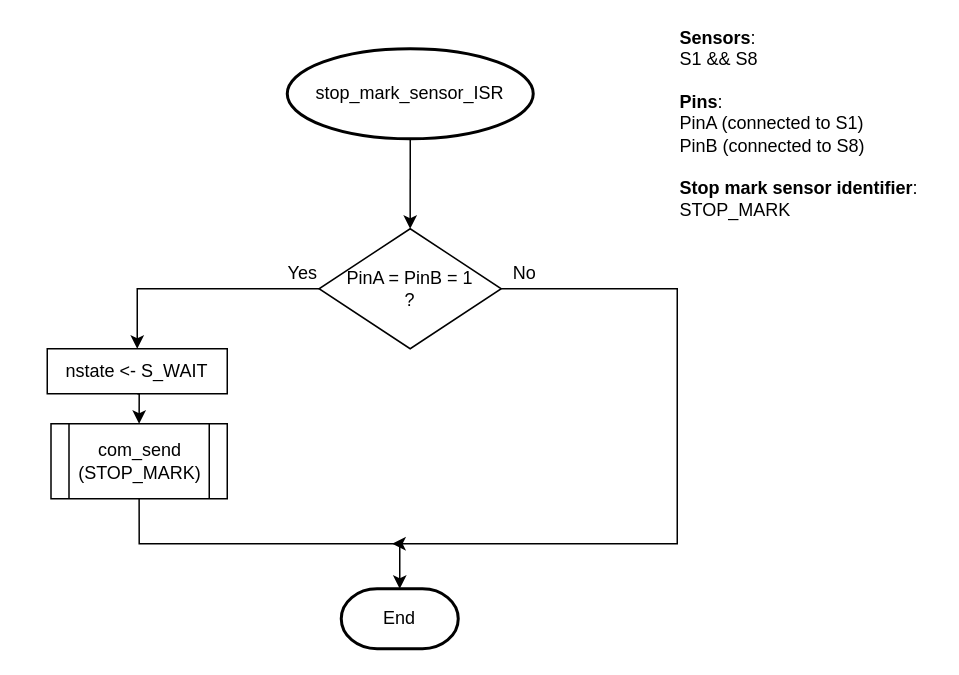
Above: 03Flowcharts/Sensores/stop_mark_sensor.drawio in LPI-2020/DWR-19 (draw.io), before the change. Source tidied: cells renumbered, new cells numbered last; positions are measured from the earlier drawing's top-left corner, leaving out a move shared by most shapes. Both pictures are drawn from the tidied source at 150%, with x=0, y=0 at pixel (46, 26).
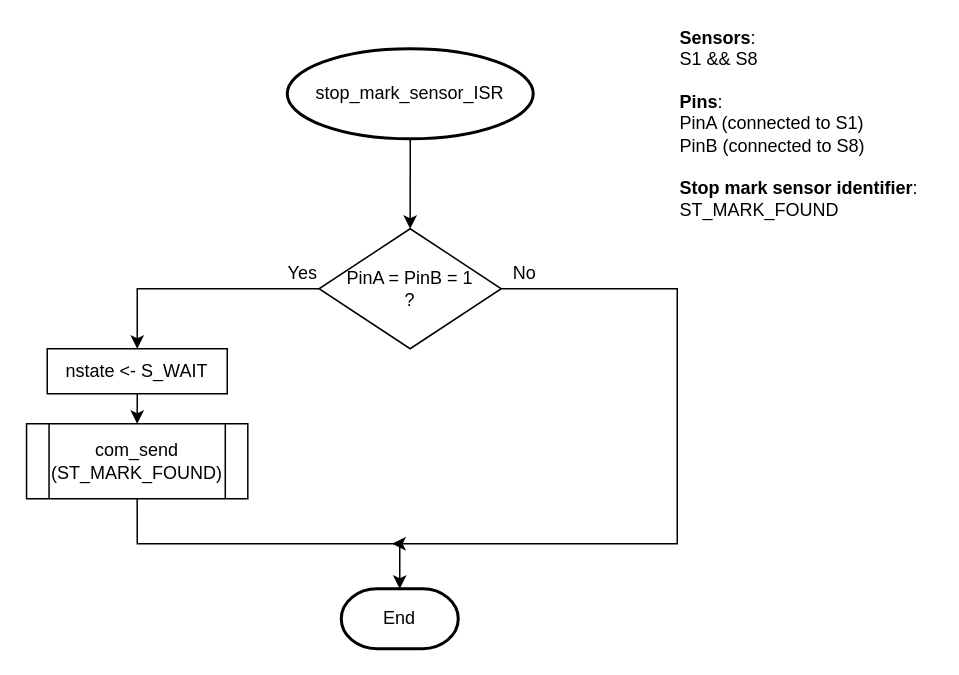
Above is the later version.

Commit message (it also covers changes not shown here):
Added obstacles sensor flowchart

Change to the diagram source:
```diff
@@
 <mxGraphModel>
   <root>
     <mxCell id="0" />
     <mxCell id="1" parent="0" />
     <mxCell id="2" style="edgeStyle=orthogonalEdgeStyle;rounded=0;jettySize=auto;html=1;exitX=0.5;exitY=1;exitDx=0;exitDy=0;exitPerimeter=0;entryX=0.5;entryY=0;entryDx=0;entryDy=0;" parent="1" edge="1" source="3" target="6">
       <mxGeometry relative="1" as="geometry" />
     </mxCell>
     <mxCell id="3" value="stop_mark_sensor_ISR" style="strokeWidth=2;html=1;shape=mxgraph.flowchart.start_1;whiteSpace=wrap;" parent="1" vertex="1">
       <mxGeometry x="160" y="15" width="164" height="60" as="geometry" />
     </mxCell>
     <mxCell id="4" style="edgeStyle=orthogonalEdgeStyle;rounded=0;jettySize=auto;html=1;exitX=0;exitY=0.5;exitDx=0;exitDy=0;entryX=0.5;entryY=0;entryDx=0;entryDy=0;" parent="1" edge="1" source="6" target="12">
       <mxGeometry relative="1" as="geometry" />
     </mxCell>
     <mxCell id="5" style="edgeStyle=orthogonalEdgeStyle;rounded=0;jettySize=auto;html=1;exitX=1;exitY=0.5;exitDx=0;exitDy=0;" parent="1" edge="1" source="6">
       <mxGeometry relative="1" as="geometry">
         <mxPoint x="230" y="345" as="targetPoint" />
         <Array as="points">
           <mxPoint x="420" y="175" />
           <mxPoint x="420" y="345" />
         </Array>
       </mxGeometry>
     </mxCell>
     <mxCell id="6" value="PinA = PinB = 1&lt;br&gt;?" style="rhombus;whiteSpace=wrap;html=1;" parent="1" vertex="1">
       <mxGeometry x="181.2" y="135" width="121.5" height="80" as="geometry" />
     </mxCell>
-    <mxCell id="7" value="&lt;b&gt;Sensors&lt;/b&gt;:&lt;br&gt;S1 &amp;amp;&amp;amp; S8&lt;br&gt;&lt;br&gt;&lt;b&gt;Pins&lt;/b&gt;:&lt;br&gt;PinA (connected to S1)&lt;br&gt;PinB (connected to S8)&lt;br&gt;&lt;br&gt;&lt;b&gt;Stop mark sensor identifier&lt;/b&gt;:&lt;br&gt;&lt;span&gt;STOP_MARK&lt;br&gt;&lt;/span&gt;" style="text;html=1;align=left;verticalAlign=middle;" parent="1" vertex="1">
+    <mxCell id="7" value="&lt;b&gt;Sensors&lt;/b&gt;:&lt;br&gt;S1 &amp;amp;&amp;amp; S8&lt;br&gt;&lt;br&gt;&lt;b&gt;Pins&lt;/b&gt;:&lt;br&gt;PinA (connected to S1)&lt;br&gt;PinB (connected to S8)&lt;br&gt;&lt;br&gt;&lt;b&gt;Stop mark sensor identifier&lt;/b&gt;:&lt;br&gt;&lt;span&gt;ST_MARK_FOUND&lt;br&gt;&lt;/span&gt;" style="text;html=1;align=left;verticalAlign=middle;" parent="1" vertex="1">
       <mxGeometry x="420" width="170" height="130" as="geometry" />
     </mxCell>
     <mxCell id="8" value="End" style="strokeWidth=2;html=1;shape=mxgraph.flowchart.terminator;whiteSpace=wrap;" parent="1" vertex="1">
       <mxGeometry x="196" y="375" width="78" height="40" as="geometry" />
     </mxCell>
     <mxCell id="9" value="Yes" style="text;html=1;align=center;verticalAlign=middle;" parent="1" vertex="1">
       <mxGeometry x="150" y="155" width="40" height="20" as="geometry" />
     </mxCell>
     <mxCell id="10" value="No" style="text;html=1;align=center;verticalAlign=middle;" parent="1" vertex="1">
       <mxGeometry x="302.8" y="155" width="30" height="20" as="geometry" />
     </mxCell>
     <mxCell id="11" style="edgeStyle=orthogonalEdgeStyle;rounded=0;jettySize=auto;html=1;exitX=0.5;exitY=1;exitDx=0;exitDy=0;entryX=0.5;entryY=0;entryDx=0;entryDy=0;" parent="1" edge="1" source="12" target="14">
       <mxGeometry relative="1" as="geometry" />
     </mxCell>
     <mxCell id="12" value="nstate &amp;lt;- S_WAIT" style="rounded=0;whiteSpace=wrap;html=1;" parent="1" vertex="1">
       <mxGeometry y="215" width="120" height="30" as="geometry" />
     </mxCell>
     <mxCell id="13" style="edgeStyle=orthogonalEdgeStyle;rounded=0;jettySize=auto;html=1;exitX=0.5;exitY=1;exitDx=0;exitDy=0;entryX=0.5;entryY=0;entryDx=0;entryDy=0;entryPerimeter=0;" parent="1" edge="1" source="14" target="8">
       <mxGeometry relative="1" as="geometry" />
     </mxCell>
-    <mxCell id="14" value="com_send&lt;br&gt;(STOP_MARK)" style="shape=process;whiteSpace=wrap;html=1;backgroundOutline=1;" parent="1" vertex="1">
-      <mxGeometry x="2.5" y="265" width="117.5" height="50" as="geometry" />
+    <mxCell id="14" value="com_send&lt;br&gt;(&lt;span style=&quot;text-align: left&quot;&gt;ST_MARK_FOUND&lt;/span&gt;)" style="shape=process;whiteSpace=wrap;html=1;backgroundOutline=1;" parent="1" vertex="1">
+      <mxGeometry x="-13.8" y="265" width="147.5" height="50" as="geometry" />
     </mxCell>
   </root>
 </mxGraphModel>
```
